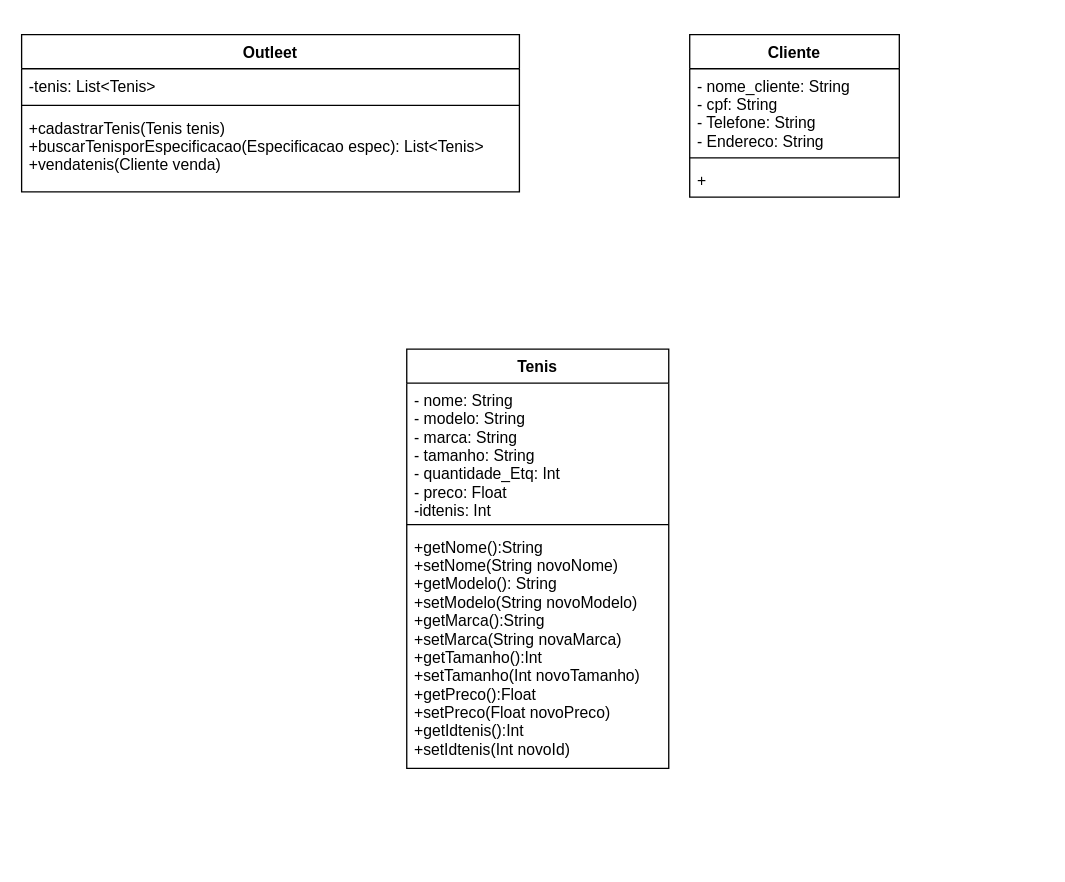
This is engenharia_de_software/diagrama.drawio from WallaceHS20/Bertoti, a draw.io file, before an edit. Source tidied: cells renumbered, new cells numbered last; positions are measured from the earlier drawing's top-left corner, leaving out a move shared by most shapes. Both pictures are drawn from the tidied source at 131%, with x=0, y=0 at pixel (21, 34).
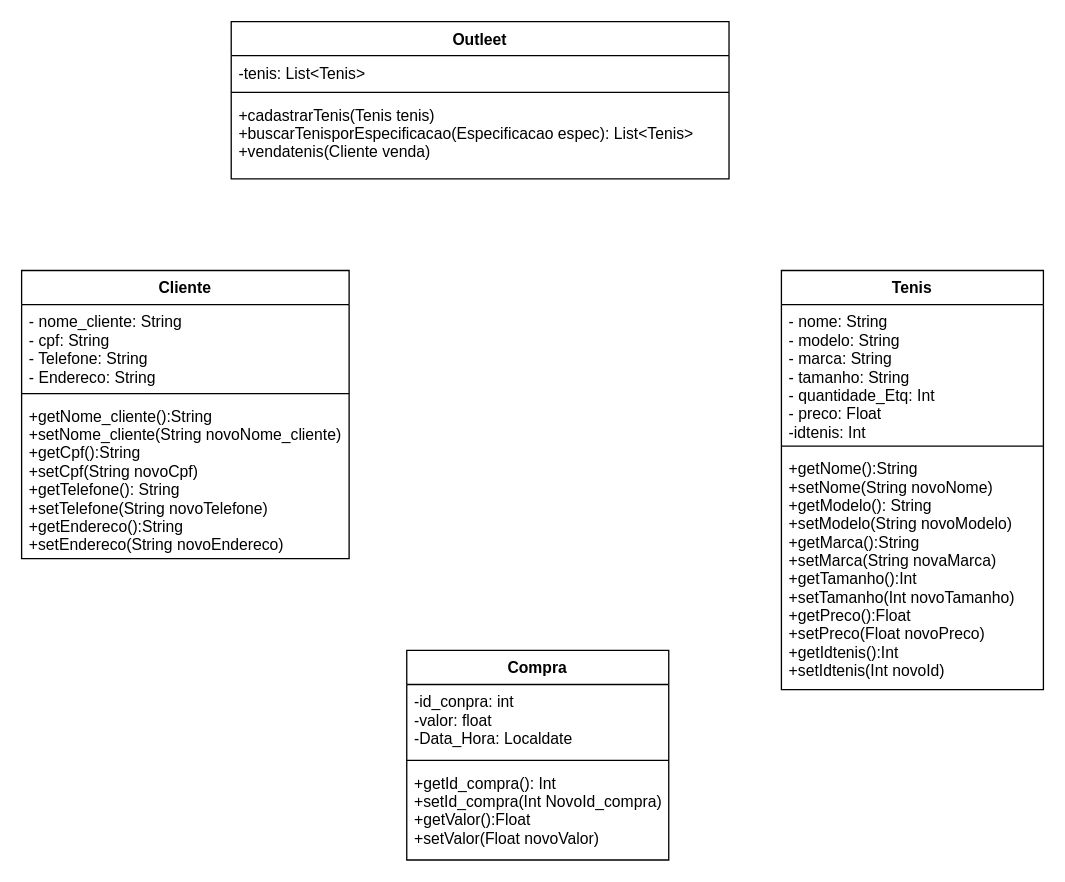
The same page after the edit.

The edit, as a diff of the source:
```diff
@@
 <mxGraphModel>
   <root>
     <mxCell id="0" />
     <mxCell id="1" parent="0" />
     <mxCell id="2" value="Tenis" style="swimlane;fontStyle=1;align=center;verticalAlign=top;horizontal=1;startSize=26;" parent="1" vertex="1">
-      <mxGeometry x="294" y="240" width="200" height="320" as="geometry" />
+      <mxGeometry x="580" y="180" width="200" height="320" as="geometry" />
     </mxCell>
     <mxCell id="3" value="- nome: String&#10;- modelo: String&#10;- marca: String&#10;- tamanho: String&#10;- quantidade_Etq: Int&#10;- preco: Float&#10;-idtenis: Int " style="text;strokeColor=none;fillColor=none;align=left;verticalAlign=top;spacingLeft=4;spacingRight=4;overflow=hidden;" parent="2" vertex="1">
       <mxGeometry y="26" width="200" height="104" as="geometry" />
     </mxCell>
     <mxCell id="4" style="line;strokeWidth=1;fillColor=none;align=left;verticalAlign=middle;spacingTop=-1;spacingLeft=3;spacingRight=3;labelPosition=right;" parent="2" vertex="1">
       <mxGeometry y="130" width="200" height="8" as="geometry" />
     </mxCell>
     <mxCell id="5" value="+getNome():String&#10;+setNome(String novoNome)&#10;+getModelo(): String&#10;+setModelo(String novoModelo)&#10;+getMarca():String&#10;+setMarca(String novaMarca)&#10;+getTamanho():Int&#10;+setTamanho(Int novoTamanho)&#10;+getPreco():Float&#10;+setPreco(Float novoPreco)&#10;+getIdtenis():Int&#10;+setIdtenis(Int novoId)&#10;" style="text;strokeColor=none;fillColor=none;align=left;verticalAlign=top;spacingLeft=4;spacingRight=4;overflow=hidden;" parent="2" vertex="1">
       <mxGeometry y="138" width="200" height="182" as="geometry" />
     </mxCell>
     <mxCell id="6" value="Outleet" style="swimlane;fontStyle=1;align=center;verticalAlign=top;horizontal=1;startSize=26;" parent="1" vertex="1">
-      <mxGeometry width="380" height="120" as="geometry" />
+      <mxGeometry x="160" y="-10" width="380" height="120" as="geometry" />
     </mxCell>
     <mxCell id="7" value="-tenis: List&lt;Tenis&gt;" style="text;strokeColor=none;fillColor=none;align=left;verticalAlign=top;spacingLeft=4;spacingRight=4;overflow=hidden;" parent="6" vertex="1">
       <mxGeometry y="26" width="380" height="24" as="geometry" />
     </mxCell>
     <mxCell id="8" style="line;strokeWidth=1;fillColor=none;align=left;verticalAlign=middle;spacingTop=-1;spacingLeft=3;spacingRight=3;labelPosition=right;" parent="6" vertex="1">
       <mxGeometry y="50" width="380" height="8" as="geometry" />
     </mxCell>
     <mxCell id="9" value="+cadastrarTenis(Tenis tenis)&#10;+buscarTenisporEspecificacao(Especificacao espec): List&lt;Tenis&gt;&#10;+vendatenis(Cliente venda)" style="text;strokeColor=none;fillColor=none;align=left;verticalAlign=top;spacingLeft=4;spacingRight=4;overflow=hidden;" parent="6" vertex="1">
       <mxGeometry y="58" width="380" height="62" as="geometry" />
     </mxCell>
     <mxCell id="10" value="Cliente" style="swimlane;fontStyle=1;align=center;verticalAlign=top;horizontal=1;startSize=26;" parent="1" vertex="1">
-      <mxGeometry x="510" width="160" height="124" as="geometry" />
+      <mxGeometry y="180" width="250" height="220" as="geometry" />
     </mxCell>
     <mxCell id="11" value="- nome_cliente: String&#10;- cpf: String&#10;- Telefone: String&#10;- Endereco: String" style="text;strokeColor=none;fillColor=none;align=left;verticalAlign=top;spacingLeft=4;spacingRight=4;overflow=hidden;" parent="10" vertex="1">
-      <mxGeometry y="26" width="160" height="64" as="geometry" />
+      <mxGeometry y="26" width="250" height="64" as="geometry" />
     </mxCell>
     <mxCell id="12" style="line;strokeWidth=1;fillColor=none;align=left;verticalAlign=middle;spacingTop=-1;spacingLeft=3;spacingRight=3;labelPosition=right;" parent="10" vertex="1">
-      <mxGeometry y="90" width="160" height="8" as="geometry" />
+      <mxGeometry y="90" width="250" height="8" as="geometry" />
     </mxCell>
-    <mxCell id="13" value="+" style="text;strokeColor=none;fillColor=none;align=left;verticalAlign=top;spacingLeft=4;spacingRight=4;overflow=hidden;" parent="10" vertex="1">
-      <mxGeometry y="98" width="160" height="26" as="geometry" />
+    <mxCell id="13" value="+getNome_cliente():String&#10;+setNome_cliente(String novoNome_cliente)&#10;+getCpf():String&#10;+setCpf(String novoCpf)&#10;+getTelefone(): String&#10;+setTelefone(String novoTelefone)&#10;+getEndereco():String&#10;+setEndereco(String novoEndereco)" style="text;strokeColor=none;fillColor=none;align=left;verticalAlign=top;spacingLeft=4;spacingRight=4;overflow=hidden;" parent="10" vertex="1">
+      <mxGeometry y="98" width="250" height="122" as="geometry" />
     </mxCell>
+    <mxCell id="14" value="Compra" style="swimlane;fontStyle=1;align=center;verticalAlign=top;horizontal=1;startSize=26;" parent="1" vertex="1">
+      <mxGeometry x="294" y="470" width="200" height="160" as="geometry" />
+    </mxCell>
+    <mxCell id="15" value="-id_conpra: int&#10;-valor: float&#10;-Data_Hora: Localdate" style="text;strokeColor=none;fillColor=none;align=left;verticalAlign=top;spacingLeft=4;spacingRight=4;overflow=hidden;" parent="14" vertex="1">
+      <mxGeometry y="26" width="200" height="54" as="geometry" />
+    </mxCell>
+    <mxCell id="16" style="line;strokeWidth=1;fillColor=none;align=left;verticalAlign=middle;spacingTop=-1;spacingLeft=3;spacingRight=3;labelPosition=right;" parent="14" vertex="1">
+      <mxGeometry y="80" width="200" height="8" as="geometry" />
+    </mxCell>
+    <mxCell id="17" value="+getId_compra(): Int&#10;+setId_compra(Int NovoId_compra)&#10;+getValor():Float&#10;+setValor(Float novoValor)&#10;" style="text;strokeColor=none;fillColor=none;align=left;verticalAlign=top;spacingLeft=4;spacingRight=4;overflow=hidden;" parent="14" vertex="1">
+      <mxGeometry y="88" width="200" height="72" as="geometry" />
+    </mxCell>
   </root>
 </mxGraphModel>
```
